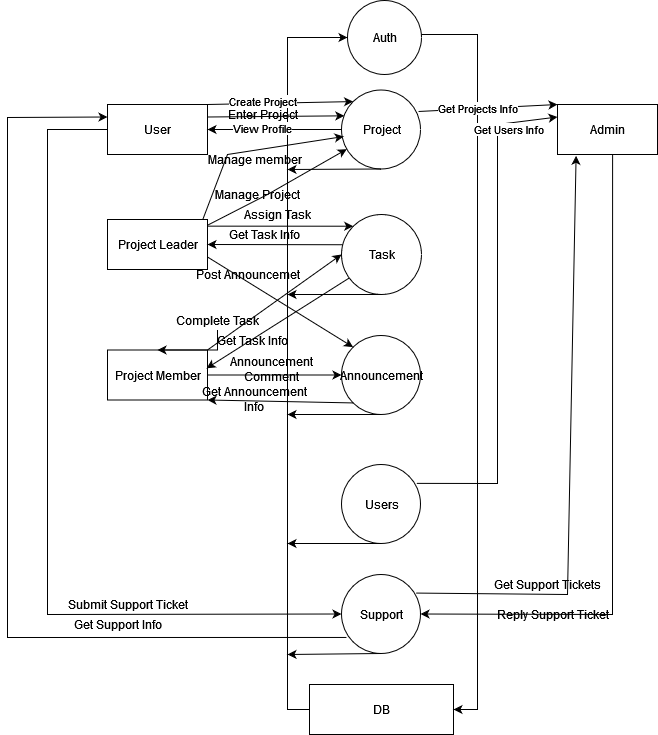
jonel18/Group4 keeps this draw.io diagram as Diagrams/Data Flow Diagrams/DFD-level1.png. Above is the earlier version. Source tidied: cells renumbered, new cells last; positions are measured from the earlier drawing's top-left corner, leaving out a move shared by most shapes.
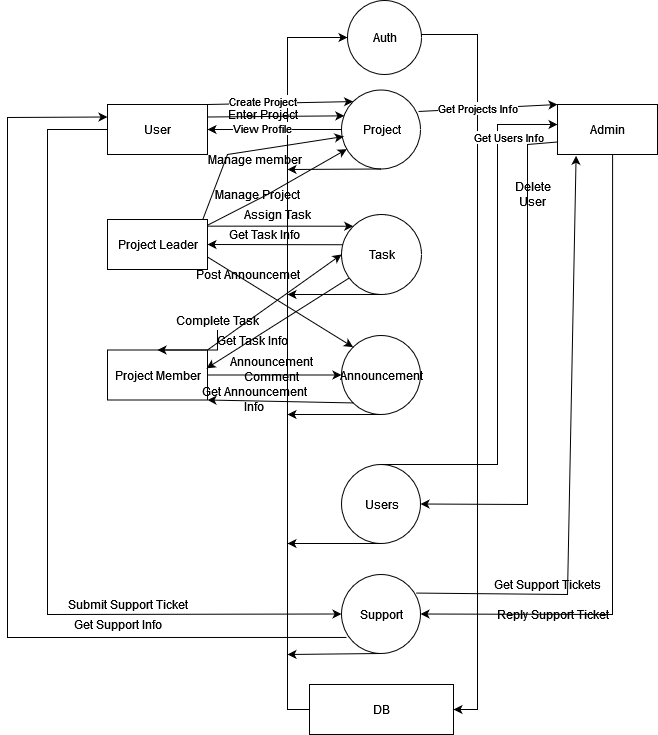
Later version of the same file.

Diff of the diagram source:
```diff
@@ -91,10 +91,11 @@
         <mxPoint x="280" y="654" as="targetPoint" />
       </mxGeometry>
     </mxCell>
-    <mxCell id="24" style="endArrow=classic;html=1;rounded=0;exitX=0.952;exitY=0.239;exitDx=0;exitDy=0;exitPerimeter=0;entryX=0;entryY=0.25;entryDx=0;entryDy=0;" parent="1" edge="1" source="12" target="5">
+    <mxCell id="24" style="endArrow=classic;html=1;rounded=0;exitX=0.5;exitY=0;exitDx=0;exitDy=0;" parent="1" edge="1" source="12">
       <mxGeometry relative="1" as="geometry">
+        <mxPoint x="550" y="124" as="targetPoint" />
         <Array as="points">
-          <mxPoint x="490" y="483" />
+          <mxPoint x="490" y="464" />
           <mxPoint x="490" y="124" />
         </Array>
       </mxGeometry>
@@ -227,5 +228,16 @@
     <mxCell id="56" value="Get Support Info" style="text;html=1;align=center;verticalAlign=middle;strokeColor=none;fillColor=none;" parent="1" vertex="1">
       <mxGeometry x="60" y="614" width="100" height="20" as="geometry" />
     </mxCell>
+    <mxCell id="57" style="endArrow=classic;html=1;rounded=0;exitX=0;exitY=0.75;exitDx=0;exitDy=0;entryX=1;entryY=0.5;entryDx=0;entryDy=0;" parent="1" edge="1" source="5" target="12">
+      <mxGeometry relative="1" as="geometry">
+        <Array as="points">
+          <mxPoint x="520" y="144" />
+          <mxPoint x="520" y="504" />
+        </Array>
+      </mxGeometry>
+    </mxCell>
+    <mxCell id="58" value="&lt;div&gt;Delete&lt;/div&gt;&lt;div&gt;User&lt;br&gt;&lt;/div&gt;" style="text;html=1;align=center;verticalAlign=middle;strokeColor=none;fillColor=none;" parent="1" vertex="1">
+      <mxGeometry x="500" y="179" width="50" height="30" as="geometry" />
+    </mxCell>
   </root>
 </mxGraphModel>
```
